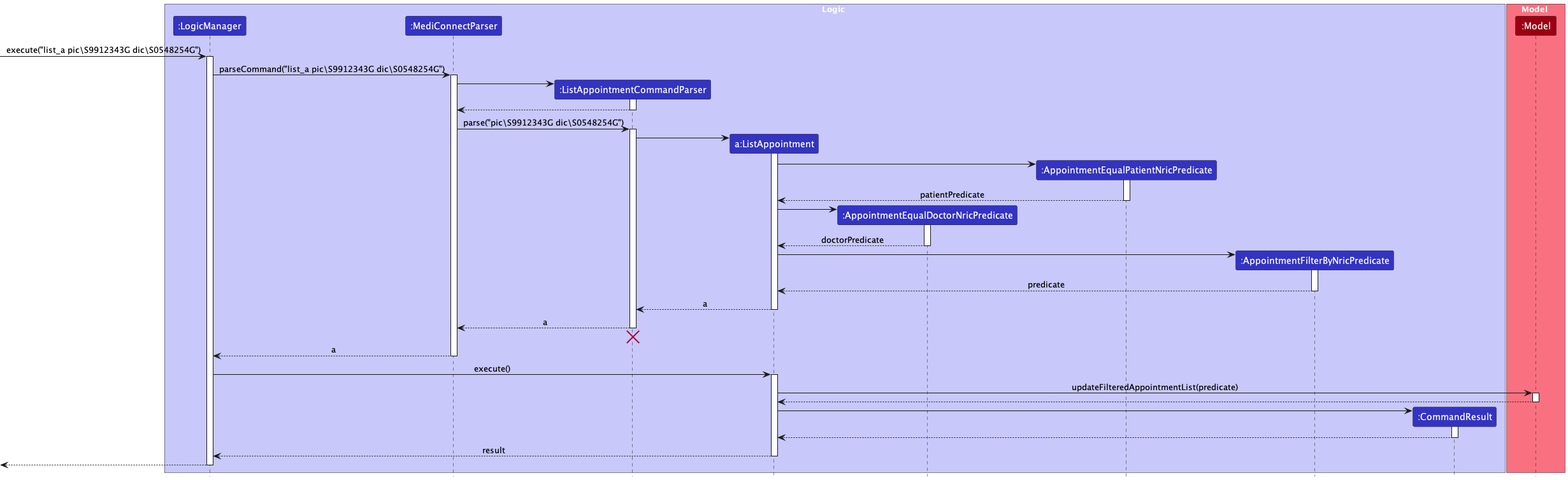
Before: docs/images/ListAppointmentSequence.png, a diagram exported from PlantUML (yanghengtang/tp).
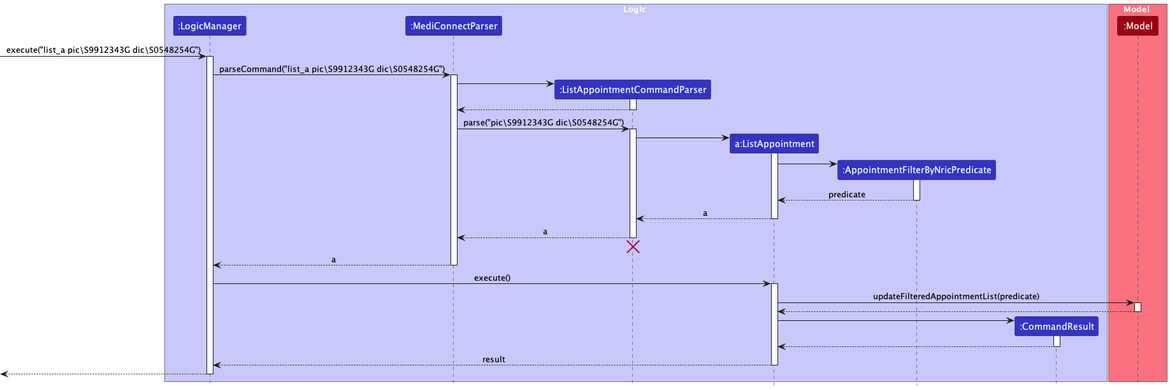
The same file after the commit.

Diff of the diagram source:
```diff
@@ -7,8 +7,6 @@
 participant ":MediConnectParser" as MediConnectParser LOGIC_COLOR
 participant ":ListAppointmentCommandParser" as ListAppointmentCommandParser LOGIC_COLOR
 participant "a:ListAppointment" as ListAppointment LOGIC_COLOR
-participant ":AppointmentEqualDoctorNricPredicate" as AppointmentEqualDoctorNricPredicate LOGIC_COLOR
-participant ":AppointmentEqualPatientNricPredicate" as AppointmentEqualPatientNricPredicate LOGIC_COLOR
 participant ":AppointmentFilterByNricPredicate" as AppointmentFilterByNricPredicate LOGIC_COLOR
 participant ":CommandResult" as CommandResult LOGIC_COLOR
 end box
@@ -38,17 +36,6 @@
 ListAppointmentCommandParser -> ListAppointment :
 activate ListAppointment
 
-create AppointmentEqualPatientNricPredicate
-ListAppointment -> AppointmentEqualPatientNricPredicate
-activate  AppointmentEqualPatientNricPredicate
-AppointmentEqualPatientNricPredicate --> ListAppointment : patientPredicate
-deactivate AppointmentEqualPatientNricPredicate
-
-create AppointmentEqualDoctorNricPredicate
-ListAppointment -> AppointmentEqualDoctorNricPredicate
-activate AppointmentEqualDoctorNricPredicate
-AppointmentEqualDoctorNricPredicate --> ListAppointment : doctorPredicate
-deactivate AppointmentEqualDoctorNricPredicate
 
 create AppointmentFilterByNricPredicate
 ListAppointment -> AppointmentFilterByNricPredicate
```
